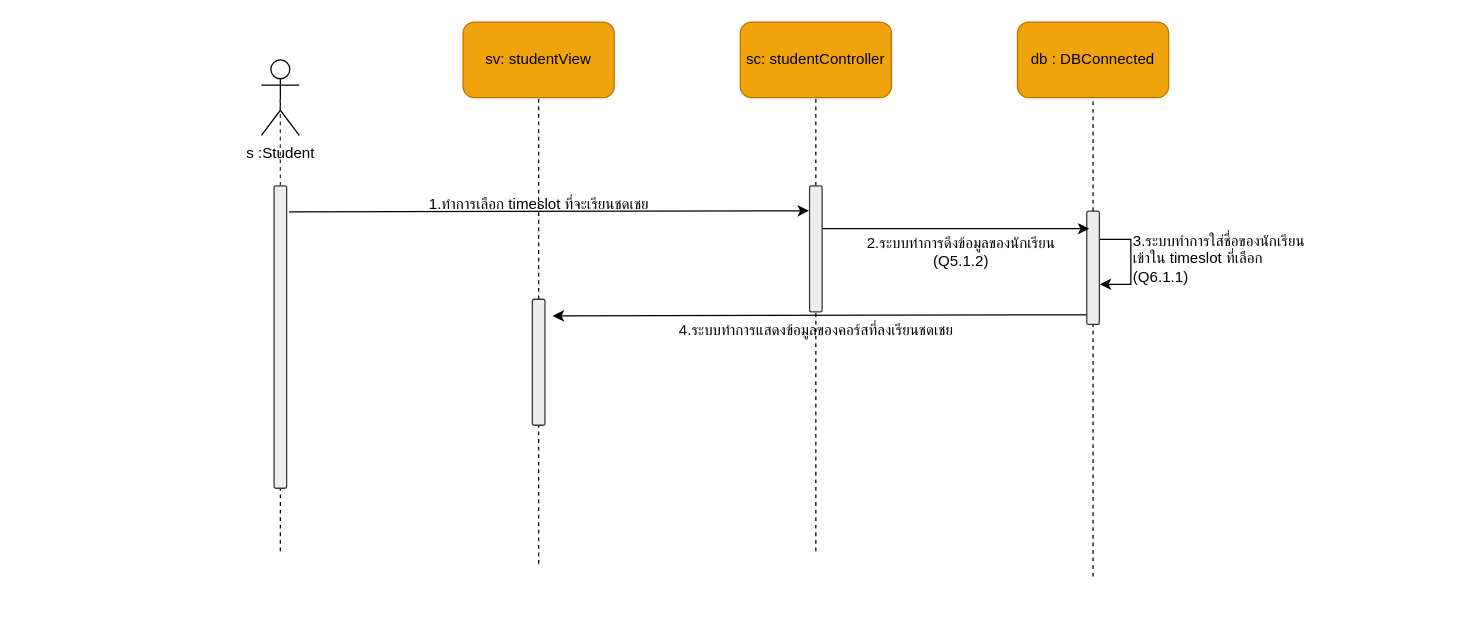
Earlier version of the draw.io diagram page "uc6" (8 of 9) of Documentation/design/diagrams/source/aqkids-sequence.drawio (SaluteKevin/AQkid). Source tidied: cells renumbered, new cells numbered last; positions are measured from the earlier drawing's top-left corner, leaving out a move shared by most shapes. Both pictures are drawn from the tidied source at 126%, with x=0, y=0 at pixel (261, 21).
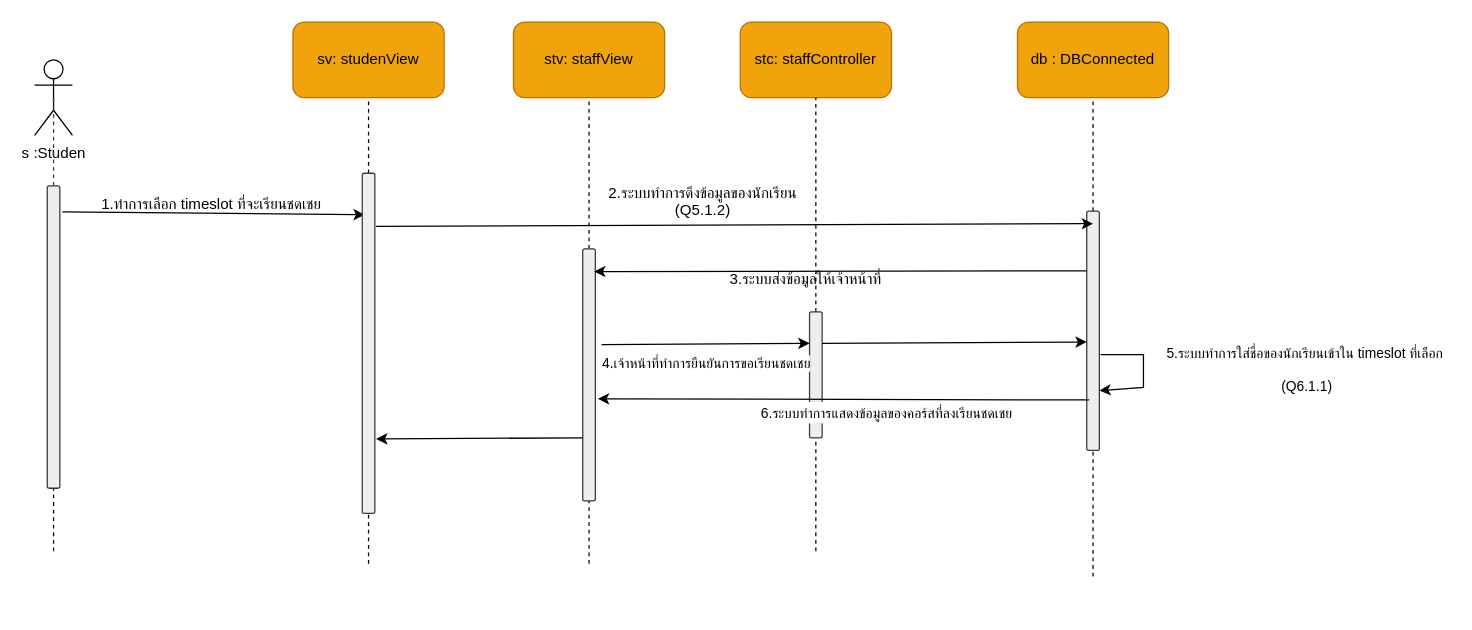
The same diagram, later.

The edit, as a diff of the source:
```diff
@@
     <mxCell id="2" style="edgeStyle=orthogonalEdgeStyle;rounded=0;orthogonalLoop=1;jettySize=auto;html=1;exitX=0.5;exitY=0.5;exitDx=0;exitDy=0;exitPerimeter=0;dashed=1;shape=link;strokeColor=none;" parent="1" edge="1">
       <mxGeometry relative="1" as="geometry">
-        <mxPoint x="15" y="230" as="sourcePoint" />
-        <mxPoint x="35" y="465" as="targetPoint" />
+        <mxPoint y="230" as="sourcePoint" />
+        <mxPoint x="20" y="465" as="targetPoint" />
       </mxGeometry>
     </mxCell>
-    <mxCell id="3" value="s :Student" style="shape=umlActor;verticalLabelPosition=bottom;verticalAlign=top;html=1;outlineConnect=0;" parent="1" vertex="1">
-      <mxGeometry y="30" width="30" height="60" as="geometry" />
+    <mxCell id="3" value="s :Studen" style="shape=umlActor;verticalLabelPosition=bottom;verticalAlign=top;html=1;outlineConnect=0;" parent="1" vertex="1">
+      <mxGeometry x="-180" y="30" width="30" height="60" as="geometry" />
     </mxCell>
     <mxCell id="4" style="endArrow=none;dashed=1;html=1;rounded=0;entryX=0.5;entryY=0.5;entryDx=0;entryDy=0;entryPerimeter=0;fillColor=#eeeeee;strokeColor=#36393d;" parent="1" edge="1" source="8">
       <mxGeometry relative="1" as="geometry">
-        <mxPoint x="15" y="60" as="targetPoint" />
+        <mxPoint x="-165" y="60" as="targetPoint" />
       </mxGeometry>
     </mxCell>
     <mxCell id="5" style="endArrow=none;dashed=1;html=1;rounded=0;entryX=0.5;entryY=0.5;entryDx=0;entryDy=0;entryPerimeter=0;" parent="1" edge="1">
       <mxGeometry relative="1" as="geometry">
-        <mxPoint x="15" y="420" as="sourcePoint" />
-        <mxPoint x="15" y="230" as="targetPoint" />
+        <mxPoint x="-165" y="420" as="sourcePoint" />
+        <mxPoint x="-165" y="230" as="targetPoint" />
       </mxGeometry>
     </mxCell>
-    <mxCell id="6" value="sv: studentView" style="rounded=1;whiteSpace=wrap;html=1;fillColor=#f0a30a;strokeColor=#BD7000;fontColor=#000000;" parent="1" vertex="1">
-      <mxGeometry x="160" width="120" height="60" as="geometry" />
+    <mxCell id="6" value="stv: staffView" style="rounded=1;whiteSpace=wrap;html=1;fillColor=#f0a30a;strokeColor=#BD7000;fontColor=#000000;" parent="1" vertex="1">
+      <mxGeometry x="200" width="120" height="60" as="geometry" />
     </mxCell>
@@
     <mxCell id="8" style="rounded=1;whiteSpace=wrap;html=1;fillColor=#eeeeee;strokeColor=#36393d;" parent="1" vertex="1">
-      <mxGeometry x="10" y="130" width="10" height="240" as="geometry" />
+      <mxGeometry x="-170" y="130" width="10" height="240" as="geometry" />
     </mxCell>
@@
-    <mxCell id="10" value="sc: studentController" style="rounded=1;whiteSpace=wrap;html=1;fillColor=#f0a30a;strokeColor=#BD7000;fontColor=#000000;" parent="1" vertex="1">
+    <mxCell id="10" value="stc: staffController" style="rounded=1;whiteSpace=wrap;html=1;fillColor=#f0a30a;strokeColor=#BD7000;fontColor=#000000;" parent="1" vertex="1">
       <mxGeometry x="380" width="120" height="60" as="geometry" />
     </mxCell>
@@
-    <mxCell id="15" style="edgeStyle=orthogonalEdgeStyle;rounded=0;orthogonalLoop=1;jettySize=auto;html=1;exitX=1;exitY=0.25;exitDx=0;exitDy=0;entryX=1.033;entryY=0.646;entryDx=0;entryDy=0;entryPerimeter=0;" parent="1" edge="1" source="16" target="16">
-      <mxGeometry relative="1" as="geometry">
-        <Array as="points">
-          <mxPoint x="690" y="173" />
-          <mxPoint x="690" y="208" />
-        </Array>
-      </mxGeometry>
-    </mxCell>
     <mxCell id="16" style="rounded=1;whiteSpace=wrap;html=1;fillColor=#eeeeee;strokeColor=#36393d;" parent="1" vertex="1">
-      <mxGeometry x="655" y="150" width="10" height="90" as="geometry" />
+      <mxGeometry x="655" y="150" width="10" height="190" as="geometry" />
     </mxCell>
     <mxCell id="17" style="endArrow=none;dashed=1;html=1;rounded=0;entryX=0.5;entryY=1;entryDx=0;entryDy=0;" parent="1" edge="1" target="18">
       <mxGeometry relative="1" as="geometry">
-        <mxPoint x="220" y="430" as="sourcePoint" />
+        <mxPoint x="260" y="430" as="sourcePoint" />
       </mxGeometry>
     </mxCell>
     <mxCell id="18" style="rounded=1;whiteSpace=wrap;html=1;fillColor=#eeeeee;strokeColor=#36393d;" parent="1" vertex="1">
-      <mxGeometry x="215" y="220" width="10" height="100" as="geometry" />
+      <mxGeometry x="255" y="180" width="10" height="200" as="geometry" />
     </mxCell>
@@
     <mxCell id="20" style="rounded=1;whiteSpace=wrap;html=1;fillColor=#eeeeee;strokeColor=#36393d;" parent="1" vertex="1">
-      <mxGeometry x="435" y="130" width="10" height="100" as="geometry" />
+      <mxGeometry x="435" y="230" width="10" height="100" as="geometry" />
     </mxCell>
-    <mxCell id="21" style="endArrow=classic;html=1;rounded=0;exitX=1.2;exitY=0.086;exitDx=0;exitDy=0;exitPerimeter=0;entryX=-0.05;entryY=0.198;entryDx=0;entryDy=0;entryPerimeter=0;" parent="1" edge="1" source="8" target="20">
+    <mxCell id="21" style="endArrow=classic;html=1;rounded=0;exitX=1.2;exitY=0.086;exitDx=0;exitDy=0;exitPerimeter=0;entryX=0.2;entryY=0.122;entryDx=0;entryDy=0;entryPerimeter=0;" parent="1" edge="1" source="8" target="32">
       <mxGeometry relative="1" as="geometry" />
     </mxCell>
     <mxCell id="22" value="1.ทำการเลือก timeslot ที่จะเรียนชดเชย" style="text;html=1;align=center;verticalAlign=middle;strokeColor=none;fillColor=none;" parent="1" vertex="1">
-      <mxGeometry x="110" y="130" width="220" height="30" as="geometry" />
+      <mxGeometry x="-150" y="130" width="220" height="30" as="geometry" />
     </mxCell>
-    <mxCell id="23" style="endArrow=classic;html=1;rounded=0;exitX=1.033;exitY=0.34;exitDx=0;exitDy=0;exitPerimeter=0;entryX=0.2;entryY=0.156;entryDx=0;entryDy=0;entryPerimeter=0;" parent="1" edge="1" source="20" target="16">
-      <mxGeometry relative="1" as="geometry" />
+    <mxCell id="23" style="endArrow=classic;html=1;rounded=0;exitX=1.1;exitY=0.156;exitDx=0;exitDy=0;exitPerimeter=0;" parent="1" edge="1" source="32">
+      <mxGeometry relative="1" as="geometry">
+        <mxPoint x="660" y="160" as="targetPoint" />
+      </mxGeometry>
     </mxCell>
@@
     <mxCell id="25" value="&lt;div&gt;2.ระบบทำการดึงข้อมูลของนักเรียน&lt;/div&gt;&lt;div&gt;(Q5.1.2)&lt;/div&gt;&lt;div&gt;&lt;br&gt;&lt;/div&gt;" style="text;html=1;align=center;verticalAlign=middle;strokeColor=none;fillColor=none;" parent="1" vertex="1">
-      <mxGeometry x="460" y="160" width="190" height="60" as="geometry" />
+      <mxGeometry x="255" y="120" width="190" height="60" as="geometry" />
     </mxCell>
-    <mxCell id="26" value="3.ระบบทำการใส่ชื่อของนักเรียน&#10;เข้าใน timeslot ที่เลือก &#10;(Q6.1.1)" style="text;whiteSpace=wrap;" parent="1" vertex="1">
-      <mxGeometry x="690" y="160" width="180" height="50" as="geometry" />
-    </mxCell>
-    <mxCell id="27" style="endArrow=classic;html=1;rounded=0;exitX=-0.05;exitY=0.915;exitDx=0;exitDy=0;exitPerimeter=0;entryX=1.617;entryY=0.132;entryDx=0;entryDy=0;entryPerimeter=0;" parent="1" edge="1" source="16" target="18">
-      <mxGeometry relative="1" as="geometry" />
-    </mxCell>
-    <mxCell id="28" value="4.ระบบทำการแสดงข้อมูลของคอร์สที่ลงเรียนชดเชย&lt;span id=&quot;docs-internal-guid-e5dd5313-7fff-e1ea-81eb-89f57034b1dc&quot;&gt;&lt;/span&gt;" style="text;html=1;align=center;verticalAlign=middle;strokeColor=none;fillColor=none;" parent="1" vertex="1">
-      <mxGeometry x="305" y="230" width="270" height="30" as="geometry" />
-    </mxCell>
+    <mxCell id="29" value="sv: studenView" style="rounded=1;whiteSpace=wrap;html=1;fillColor=#f0a30a;strokeColor=#BD7000;fontColor=#000000;" parent="1" vertex="1">
+      <mxGeometry x="25" width="120" height="60" as="geometry" />
+    </mxCell>
+    <mxCell id="30" style="endArrow=none;dashed=1;html=1;rounded=0;entryX=0.5;entryY=1;entryDx=0;entryDy=0;" parent="1" edge="1" source="32" target="29">
+      <mxGeometry relative="1" as="geometry" />
+    </mxCell>
+    <mxCell id="31" style="endArrow=none;dashed=1;html=1;rounded=0;entryX=0.5;entryY=1;entryDx=0;entryDy=0;" parent="1" edge="1" target="32">
+      <mxGeometry relative="1" as="geometry">
+        <mxPoint x="85" y="430" as="sourcePoint" />
+      </mxGeometry>
+    </mxCell>
+    <mxCell id="32" style="rounded=1;whiteSpace=wrap;html=1;fillColor=#eeeeee;strokeColor=#36393d;" parent="1" vertex="1">
+      <mxGeometry x="80" y="120" width="10" height="270" as="geometry" />
+    </mxCell>
+    <mxCell id="33" style="endArrow=classic;html=1;rounded=0;exitX=0;exitY=0.25;exitDx=0;exitDy=0;entryX=0.9;entryY=0.09;entryDx=0;entryDy=0;entryPerimeter=0;" parent="1" edge="1" source="16" target="18">
+      <mxGeometry relative="1" as="geometry" />
+    </mxCell>
+    <mxCell id="34" value="&lt;font face=&quot;Sarabun, Sarabun_EmbeddedFont, Sarabun_MSFontService, sans-serif&quot;&gt;3.ระบบส่งข้อมูลให้เจ้าหน้าที่&amp;nbsp;&lt;/font&gt;" style="text;whiteSpace=wrap;html=1;" parent="1" vertex="1">
+      <mxGeometry x="370" y="190" width="200" height="40" as="geometry" />
+    </mxCell>
+    <mxCell id="35" style="endArrow=classic;html=1;rounded=0;exitX=1.5;exitY=0.38;exitDx=0;exitDy=0;entryX=0;entryY=0.25;entryDx=0;entryDy=0;exitPerimeter=0;" parent="1" edge="1" source="18" target="20">
+      <mxGeometry relative="1" as="geometry" />
+    </mxCell>
+    <mxCell id="36" value="4.เจ้าหน้าที่ทำการยืนยันการขอเรียนชดเชย" style="edgeLabel;html=1;align=center;verticalAlign=middle;" parent="35" vertex="1">
+      <mxGeometry x="-0.06" y="1" relative="1" as="geometry">
+        <mxPoint x="5" y="16" as="offset" />
+      </mxGeometry>
+    </mxCell>
+    <mxCell id="15" style="endArrow=classic;html=1;rounded=0;exitX=1.1;exitY=0.6;exitDx=0;exitDy=0;exitPerimeter=0;entryX=1;entryY=0.75;entryDx=0;entryDy=0;" parent="1" edge="1" source="16" target="16">
+      <mxGeometry relative="1" as="geometry">
+        <Array as="points">
+          <mxPoint x="700" y="264" />
+          <mxPoint x="700" y="290" />
+        </Array>
+      </mxGeometry>
+    </mxCell>
+    <mxCell id="37" value="&lt;div&gt;5.ระบบทำการใส่ชื่อของนักเรียนเข้าใน timeslot ที่เลือก&amp;nbsp;&amp;nbsp;&lt;/div&gt;&lt;div&gt;&lt;br&gt;&lt;/div&gt;&lt;div&gt;(Q6.1.1)&amp;nbsp;&lt;/div&gt;" style="edgeLabel;html=1;align=center;verticalAlign=middle;" parent="15" vertex="1">
+      <mxGeometry x="-0.05" y="1" relative="1" as="geometry">
+        <mxPoint x="129" as="offset" />
+      </mxGeometry>
+    </mxCell>
+    <mxCell id="38" style="endArrow=classic;html=1;rounded=0;exitX=0.2;exitY=0.789;exitDx=0;exitDy=0;exitPerimeter=0;entryX=1.2;entryY=0.595;entryDx=0;entryDy=0;entryPerimeter=0;" parent="1" edge="1" source="16" target="18">
+      <mxGeometry relative="1" as="geometry" />
+    </mxCell>
+    <mxCell id="39" value="6.ระบบทำการแสดงข้อมูลของคอร์สที่ลงเรียนชดเชย&lt;span style=&quot;margin: 0px; padding: 0px; user-select: text; -webkit-user-drag: none; -webkit-tap-highlight-color: transparent; text-align: left; font-size: 10.5pt; line-height: 16px; font-family: Sarabun, Sarabun_EmbeddedFont, Sarabun_MSFontService, sans-serif;&quot; class=&quot;EOP SCXW104012165 BCX8&quot;&gt;&amp;nbsp;&lt;/span&gt;" style="edgeLabel;html=1;align=center;verticalAlign=middle;" parent="38" vertex="1">
+      <mxGeometry x="-0.18" y="-2" relative="1" as="geometry">
+        <mxPoint y="12" as="offset" />
+      </mxGeometry>
+    </mxCell>
+    <mxCell id="40" style="endArrow=classic;html=1;rounded=0;exitX=0;exitY=0.75;exitDx=0;exitDy=0;entryX=1.1;entryY=0.781;entryDx=0;entryDy=0;entryPerimeter=0;" parent="1" edge="1" source="18" target="32">
+      <mxGeometry relative="1" as="geometry" />
+    </mxCell>
+    <mxCell id="41" style="endArrow=classic;html=1;rounded=0;entryX=0;entryY=0.547;entryDx=0;entryDy=0;entryPerimeter=0;" parent="1" edge="1" target="16">
+      <mxGeometry relative="1" as="geometry">
+        <mxPoint x="445" y="255" as="sourcePoint" />
+      </mxGeometry>
+    </mxCell>
```
